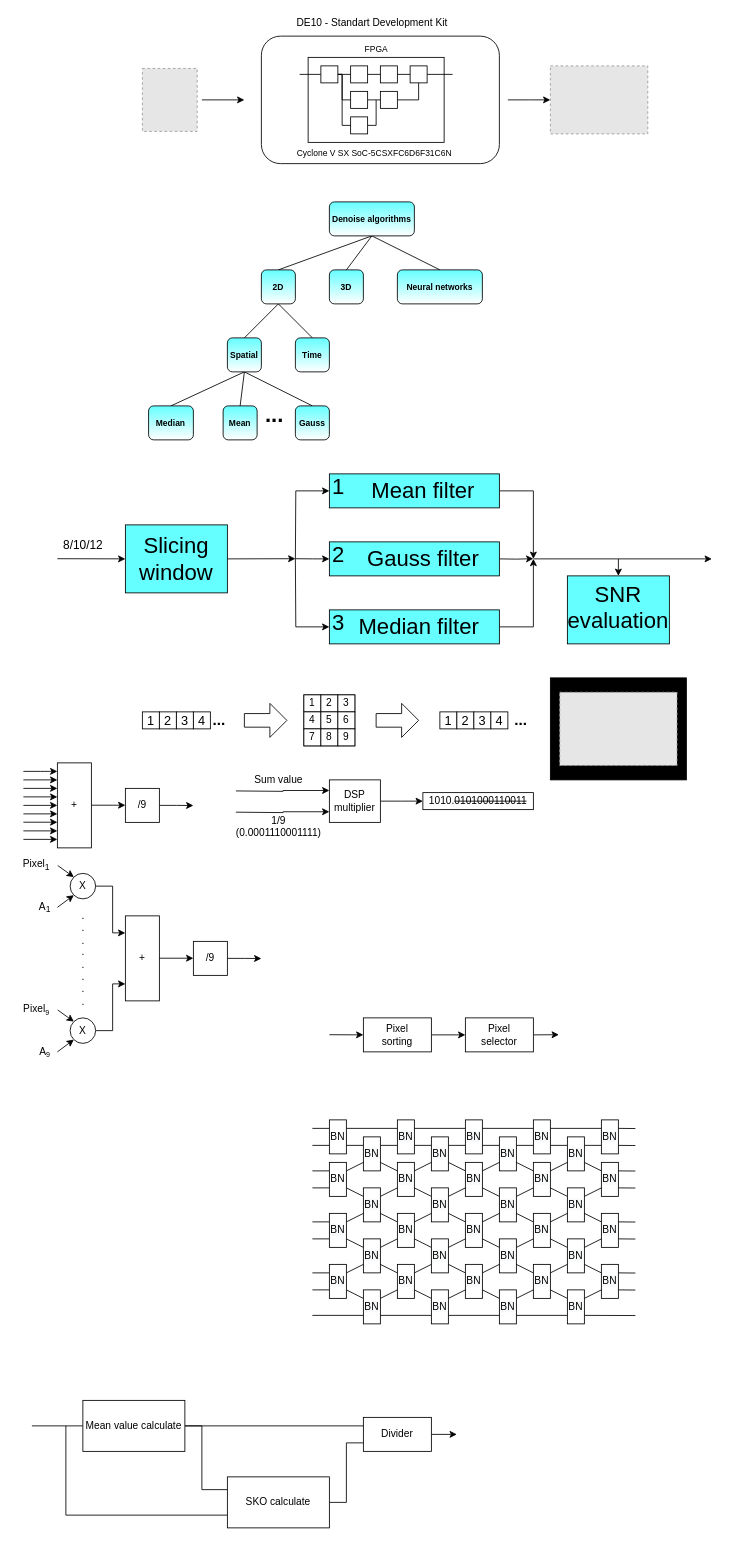
Before: Pictures_and_diagrams/struct_scheme.drawio in Radiophantom/master_yoda, a draw.io diagram. Source tidied: cells renumbered, new cells numbered last; positions are measured from the earlier drawing's top-left corner, leaving out a move shared by most shapes. Both pictures are drawn from the tidied source at 85%, with x=0, y=0 at pixel (14, 14). Pictures stored in the file or linked from it are replaced by grey dashed boxes.
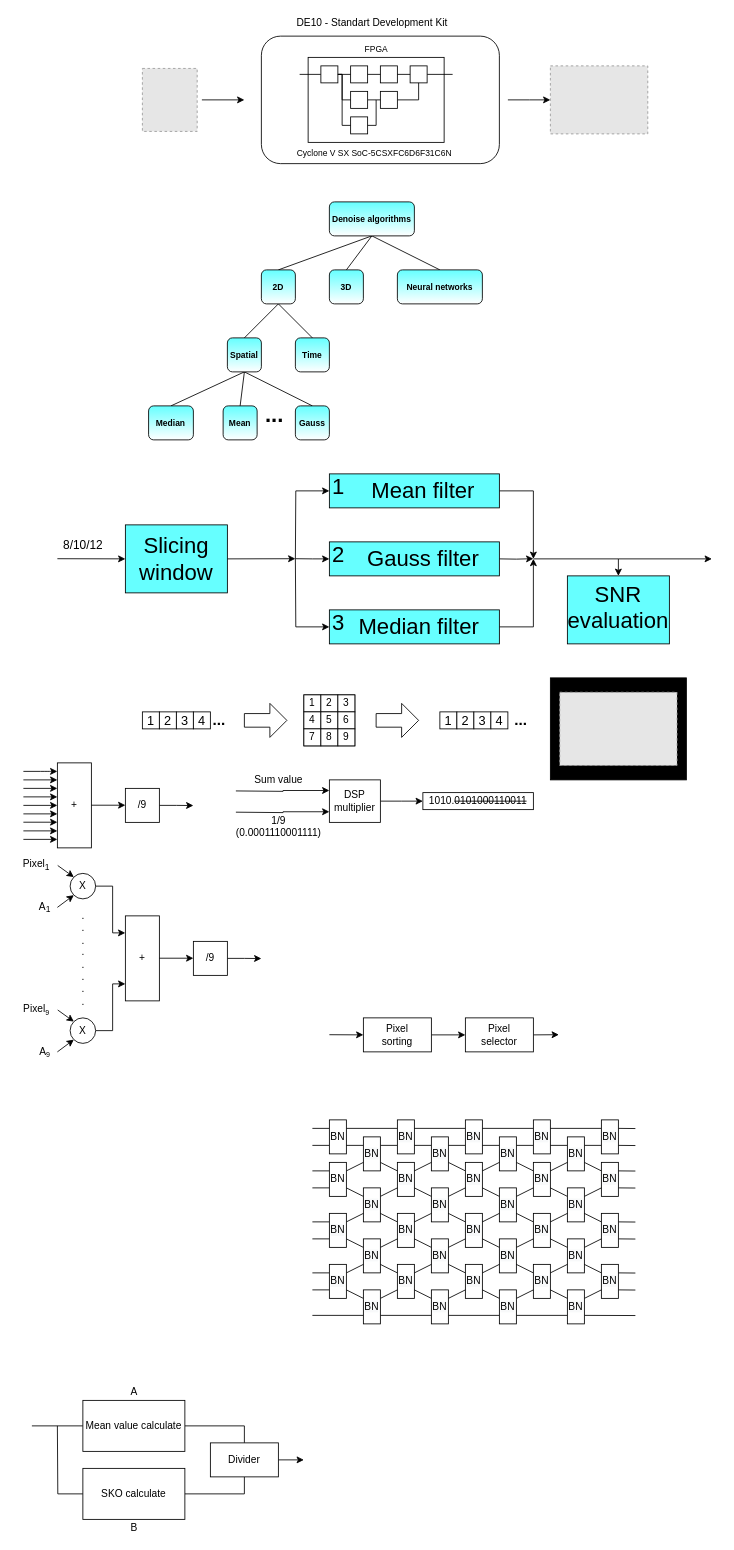
The same page after the edit.

The change refers to these unchanged cells:
```xml
<mxCell id="255" value="Mean value calculate" style="whiteSpace=wrap;html=1;fillColor=#FFFFFF;" parent="1" vertex="1">
  <mxGeometry x="80" y="1630" width="120" height="60" as="geometry" />
</mxCell>
```

The edit, as a diff of the source:
```diff
@@
-    <mxCell id="252" style="edgeStyle=orthogonalEdgeStyle;rounded=0;jettySize=auto;html=1;exitX=1;exitY=0.5;exitDx=0;exitDy=0;entryX=0;entryY=0.25;entryDx=0;entryDy=0;endArrow=none;endFill=0;" parent="1" edge="1" source="255" target="258">
-      <mxGeometry relative="1" as="geometry">
-        <Array as="points">
-          <mxPoint x="220" y="1660" />
-          <mxPoint x="220" y="1735" />
-        </Array>
-      </mxGeometry>
-    </mxCell>
@@
-    <mxCell id="254" style="edgeStyle=orthogonalEdgeStyle;rounded=0;jettySize=auto;html=1;exitX=1;exitY=0.5;exitDx=0;exitDy=0;entryX=0;entryY=0.25;entryDx=0;entryDy=0;endArrow=none;endFill=0;" parent="1" edge="1" source="255" target="260">
+    <mxCell id="254" style="edgeStyle=orthogonalEdgeStyle;rounded=0;jettySize=auto;html=1;exitX=1;exitY=0.5;exitDx=0;exitDy=0;entryX=0.5;entryY=0;entryDx=0;entryDy=0;endArrow=none;endFill=0;" parent="1" edge="1" source="255" target="260">
       <mxGeometry relative="1" as="geometry" />
     </mxCell>
@@
-    <mxCell id="256" style="edgeStyle=orthogonalEdgeStyle;rounded=0;jettySize=auto;html=1;exitX=0;exitY=0.75;exitDx=0;exitDy=0;endArrow=none;endFill=0;" parent="1" edge="1" source="258">
-      <mxGeometry relative="1" as="geometry">
-        <mxPoint x="60" y="1660" as="targetPoint" />
-        <Array as="points">
-          <mxPoint x="60" y="1765" />
-          <mxPoint x="60" y="1660" />
-        </Array>
-      </mxGeometry>
-    </mxCell>
+    <mxCell id="261" style="edgeStyle=orthogonalEdgeStyle;rounded=0;jettySize=auto;html=1;exitX=0;exitY=0.5;exitDx=0;exitDy=0;entryX=0;entryY=0.5;entryDx=0;entryDy=0;endArrow=none;endFill=0;" parent="1" edge="1" source="258">
+      <mxGeometry relative="1" as="geometry">
+        <mxPoint x="50" y="1660" as="targetPoint" />
+      </mxGeometry>
+    </mxCell>
-    <mxCell id="257" style="edgeStyle=orthogonalEdgeStyle;rounded=0;jettySize=auto;html=1;exitX=1;exitY=0.5;exitDx=0;exitDy=0;entryX=0;entryY=0.75;entryDx=0;entryDy=0;endArrow=none;endFill=0;" parent="1" edge="1" source="258" target="260">
+    <mxCell id="257" style="edgeStyle=orthogonalEdgeStyle;rounded=0;jettySize=auto;html=1;exitX=1;exitY=0.5;exitDx=0;exitDy=0;entryX=0.5;entryY=1;entryDx=0;entryDy=0;endArrow=none;endFill=0;" parent="1" edge="1" source="258" target="260">
       <mxGeometry relative="1" as="geometry" />
     </mxCell>
     <mxCell id="258" value="SKO calculate" style="whiteSpace=wrap;html=1;fillColor=#FFFFFF;" parent="1" vertex="1">
-      <mxGeometry x="250" y="1720" width="120" height="60" as="geometry" />
+      <mxGeometry x="80" y="1710" width="120" height="60" as="geometry" />
     </mxCell>
     <mxCell id="259" style="edgeStyle=orthogonalEdgeStyle;rounded=0;jettySize=auto;html=1;exitX=1;exitY=0.5;exitDx=0;exitDy=0;endArrow=classic;endFill=1;" parent="1" edge="1" source="260">
       <mxGeometry relative="1" as="geometry">
-        <mxPoint x="520" y="1670" as="targetPoint" />
+        <mxPoint x="340" y="1700" as="targetPoint" />
       </mxGeometry>
     </mxCell>
     <mxCell id="260" value="Divider" style="whiteSpace=wrap;html=1;fillColor=#FFFFFF;" parent="1" vertex="1">
-      <mxGeometry x="410" y="1650" width="80" height="40" as="geometry" />
+      <mxGeometry x="230" y="1680" width="80" height="40" as="geometry" />
     </mxCell>
+    <mxCell id="262" value="A" style="text;html=1;align=center;verticalAlign=middle;strokeColor=none;" parent="1" vertex="1">
+      <mxGeometry x="130" y="1610" width="20" height="20" as="geometry" />
+    </mxCell>
+    <mxCell id="263" value="B" style="text;html=1;align=center;verticalAlign=middle;strokeColor=none;" parent="1" vertex="1">
+      <mxGeometry x="130" y="1770" width="20" height="20" as="geometry" />
+    </mxCell>
```
